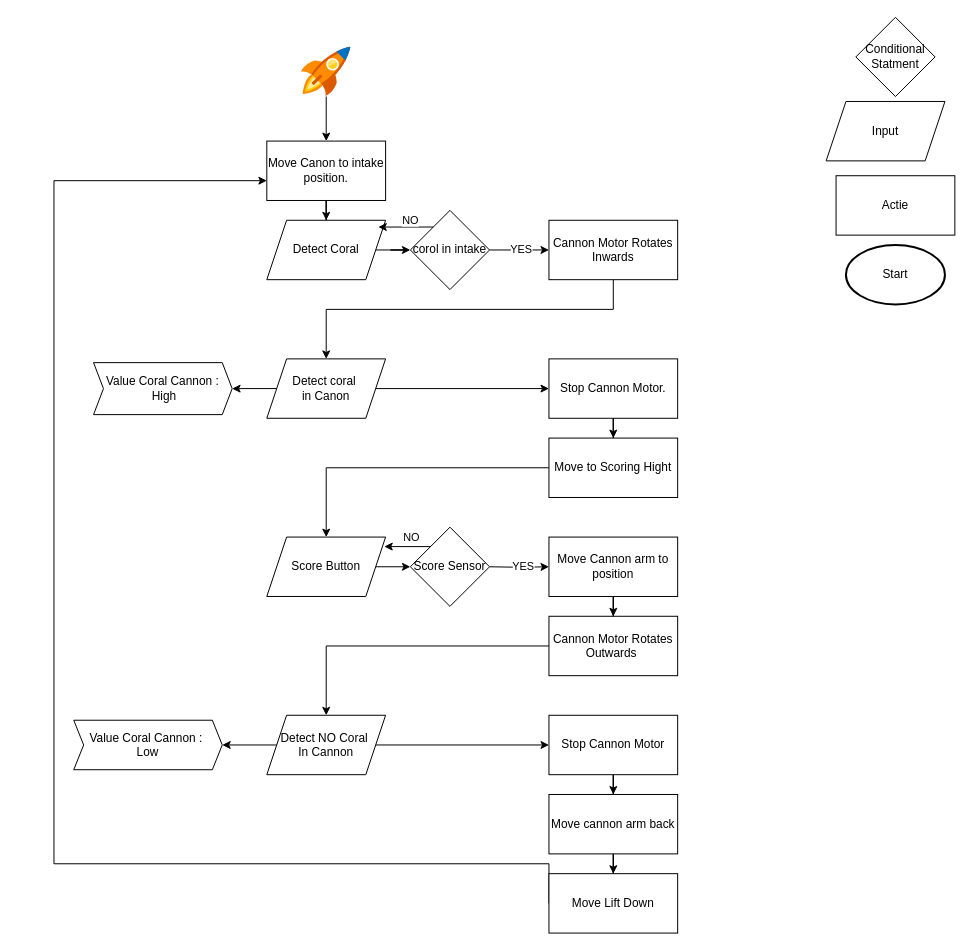
The draw.io diagram flowcharts/Coral Cannon fc V1.drawio in GhostFoundation/Buildingseason2025, before the edit. Source tidied: cells renumbered, new cells numbered last; positions are measured from the earlier drawing's top-left corner, leaving out a move shared by most shapes. Both pictures are drawn from the tidied source at 99%, with x=0, y=0 at pixel (53, 17).
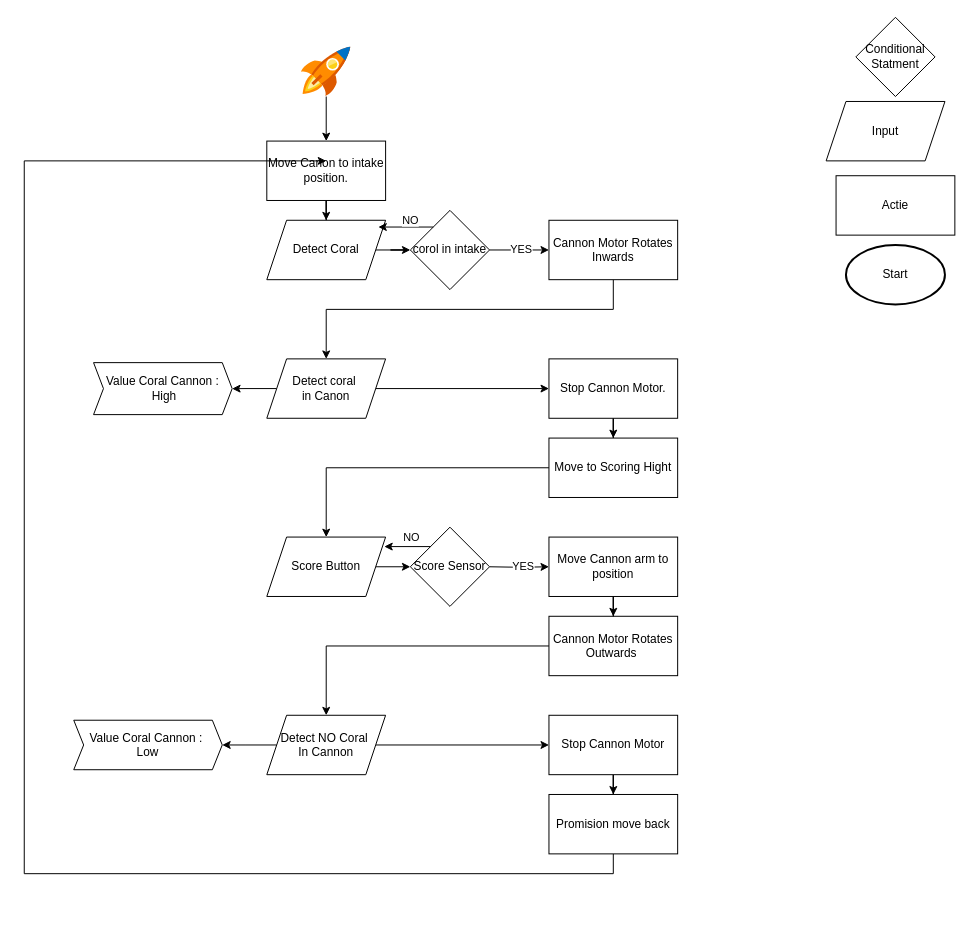
After the change.

Diff of the diagram source:
```diff
@@
-    <mxCell id="34" style="edgeStyle=orthogonalEdgeStyle;rounded=0;jettySize=auto;html=1;exitX=0;exitY=0.5;exitDx=0;exitDy=0;entryX=0;entryY=0.5;entryDx=0;entryDy=0;" parent="1" edge="1" source="43">
+    <mxCell id="34" style="edgeStyle=orthogonalEdgeStyle;rounded=0;jettySize=auto;html=1;exitX=0.5;exitY=1;exitDx=0;exitDy=0;entryX=0;entryY=0.5;entryDx=0;entryDy=0;" parent="1" edge="1" source="42">
       <mxGeometry relative="1" as="geometry">
-        <mxPoint x="215" y="165" as="targetPoint" />
+        <mxPoint x="275" y="145" as="targetPoint" />
         <Array as="points">
-          <mxPoint y="855" />
-          <mxPoint y="165" />
+          <mxPoint x="565" y="865" />
+          <mxPoint x="-30" y="865" />
+          <mxPoint x="-30" y="145" />
         </Array>
       </mxGeometry>
     </mxCell>
@@
-    <mxCell id="41" style="edgeStyle=orthogonalEdgeStyle;rounded=0;jettySize=auto;html=1;" parent="1" edge="1" source="42" target="43">
-      <mxGeometry relative="1" as="geometry" />
-    </mxCell>
-    <mxCell id="42" value="Move cannon arm back" style="whiteSpace=wrap;html=1;rounded=0;" parent="1" vertex="1">
+    <mxCell id="42" value="Promision move back" style="whiteSpace=wrap;html=1;rounded=0;" parent="1" vertex="1">
       <mxGeometry x="500" y="785" width="130" height="60" as="geometry" />
     </mxCell>
-    <mxCell id="43" value="Move Lift Down" style="whiteSpace=wrap;html=1;rounded=0;" parent="1" vertex="1">
-      <mxGeometry x="500" y="865" width="130" height="60" as="geometry" />
-    </mxCell>
```
